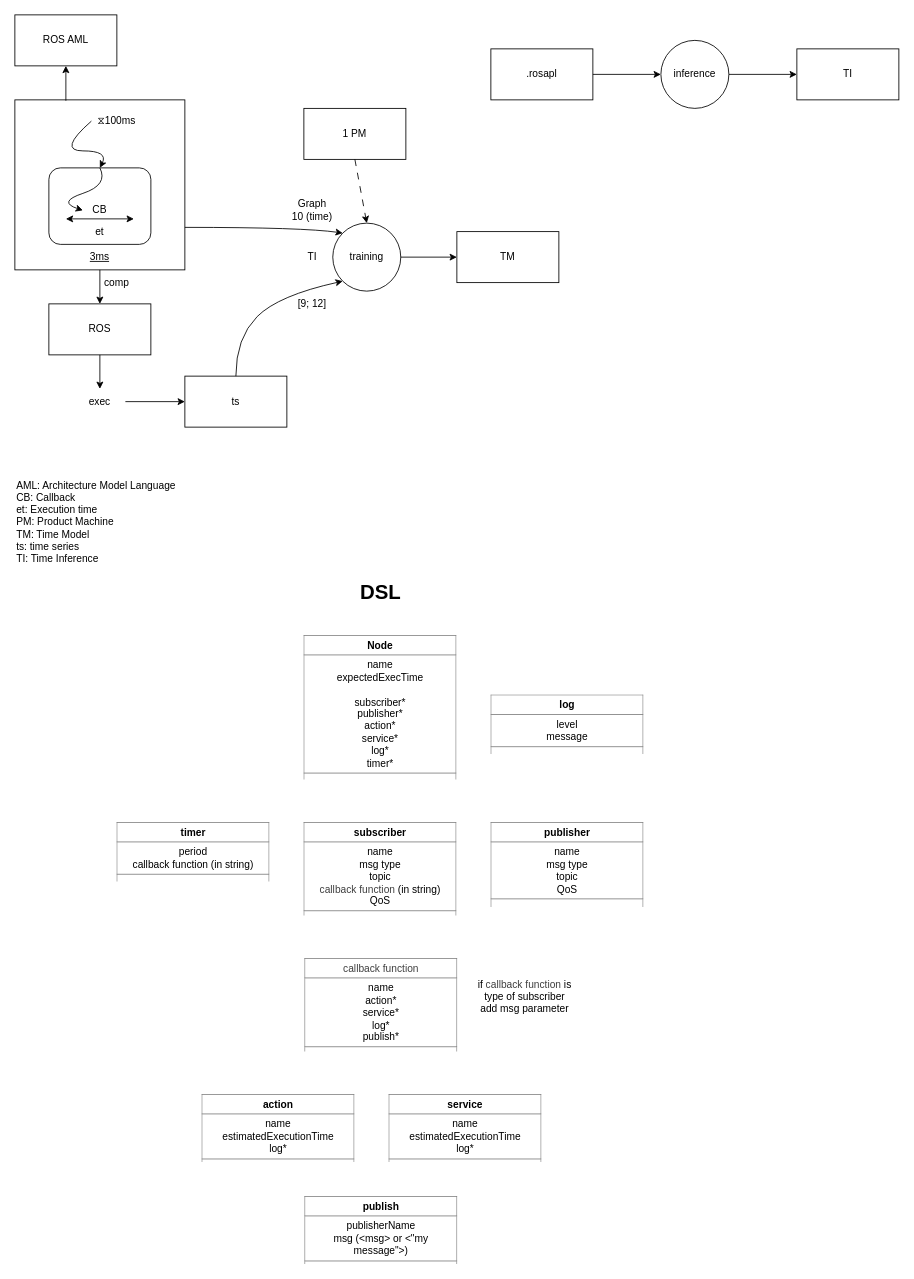
Before: docs/temporal_model_hybridization.drawio in Colin-de-Seroux/temporal-model-hybridization, a draw.io diagram. Source tidied: cells renumbered, new cells numbered last; positions are measured from the earlier drawing's top-left corner, leaving out a move shared by most shapes. Both pictures are drawn from the tidied source at 85%, with x=0, y=0 at pixel (14, 14).
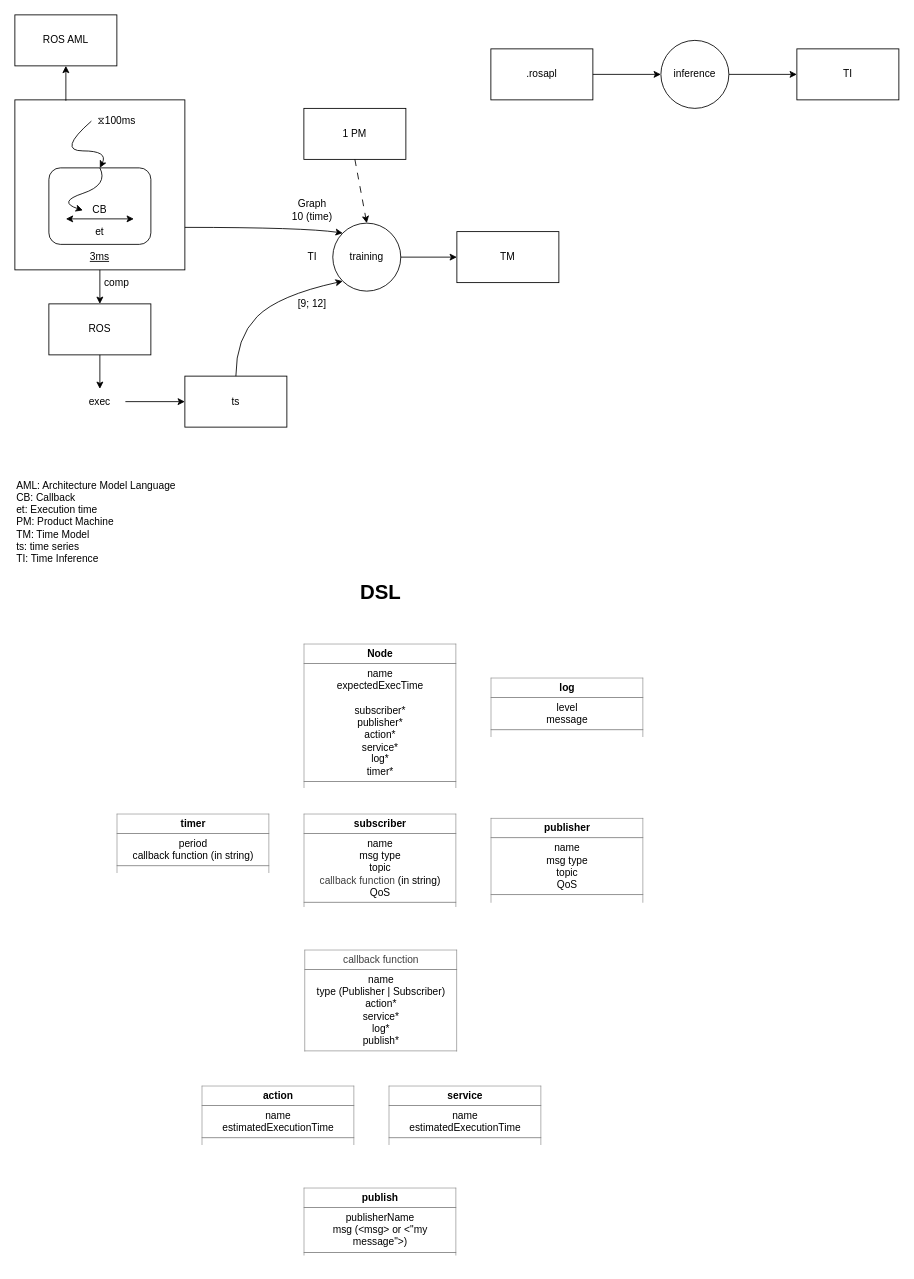
The same page after the edit.

Commit message (it also covers changes not shown here):
:white_check_mark: Test2 with pseudo service / action

Change to the diagram source:
```diff
@@
     <mxCell id="37" value="&lt;table border=&quot;1&quot; width=&quot;100%&quot; height=&quot;100%&quot; cellpadding=&quot;4&quot; style=&quot;width:100%;height:100%;border-collapse:collapse;&quot;&gt;&lt;tbody&gt;&lt;tr&gt;&lt;th align=&quot;center&quot;&gt;&lt;b&gt;Node&lt;/b&gt;&lt;/th&gt;&lt;/tr&gt;&lt;tr&gt;&lt;td align=&quot;center&quot;&gt;name&lt;br&gt;expectedExecTime&lt;br&gt;&lt;br&gt;subscriber*&lt;br&gt;publisher*&lt;br&gt;action*&lt;br&gt;service*&lt;br&gt;log*&lt;br&gt;timer*&lt;/td&gt;&lt;/tr&gt;&lt;tr&gt;&lt;td align=&quot;center&quot;&gt;&lt;br&gt;&lt;br&gt;&lt;/td&gt;&lt;/tr&gt;&lt;/tbody&gt;&lt;/table&gt;" style="text;html=1;whiteSpace=wrap;strokeColor=none;fillColor=none;overflow=fill;" parent="1" vertex="1">
-      <mxGeometry x="340" y="730" width="180" height="170" as="geometry" />
+      <mxGeometry x="340" y="740" width="180" height="170" as="geometry" />
     </mxCell>
     <mxCell id="38" value="&lt;table border=&quot;1&quot; width=&quot;100%&quot; height=&quot;100%&quot; cellpadding=&quot;4&quot; style=&quot;width:100%;height:100%;border-collapse:collapse;&quot;&gt;&lt;tbody&gt;&lt;tr&gt;&lt;th align=&quot;center&quot;&gt;&lt;b&gt;log&lt;/b&gt;&lt;/th&gt;&lt;/tr&gt;&lt;tr&gt;&lt;td align=&quot;center&quot;&gt;level&lt;br&gt;message&lt;/td&gt;&lt;/tr&gt;&lt;tr&gt;&lt;td align=&quot;center&quot;&gt;&lt;br&gt;&lt;br&gt;&lt;/td&gt;&lt;/tr&gt;&lt;/tbody&gt;&lt;/table&gt;" style="text;html=1;whiteSpace=wrap;strokeColor=none;fillColor=none;overflow=fill;verticalAlign=top;" parent="1" vertex="1">
-      <mxGeometry x="560" y="800" width="180" height="70" as="geometry" />
+      <mxGeometry x="560" y="780" width="180" height="70" as="geometry" />
     </mxCell>
     <mxCell id="39" value="&lt;table border=&quot;1&quot; width=&quot;100%&quot; height=&quot;100%&quot; cellpadding=&quot;4&quot; style=&quot;width:100%;height:100%;border-collapse:collapse;&quot;&gt;&lt;tbody&gt;&lt;tr&gt;&lt;th align=&quot;center&quot;&gt;subscriber&lt;/th&gt;&lt;/tr&gt;&lt;tr&gt;&lt;td align=&quot;center&quot;&gt;name&lt;br&gt;msg type&lt;br&gt;topic&lt;br&gt;&lt;span style=&quot;color: rgb(63, 63, 63);&quot;&gt;callback function&lt;/span&gt;&amp;nbsp;(in string)&lt;br&gt;QoS&lt;/td&gt;&lt;/tr&gt;&lt;tr&gt;&lt;td align=&quot;center&quot;&gt;&lt;br&gt;&lt;br&gt;&lt;/td&gt;&lt;/tr&gt;&lt;/tbody&gt;&lt;/table&gt;" style="text;html=1;whiteSpace=wrap;strokeColor=none;fillColor=none;overflow=fill;verticalAlign=top;" parent="1" vertex="1">
-      <mxGeometry x="340" y="950" width="180" height="110" as="geometry" />
+      <mxGeometry x="340" y="940" width="180" height="110" as="geometry" />
     </mxCell>
     <mxCell id="40" value="&lt;table border=&quot;1&quot; width=&quot;100%&quot; height=&quot;100%&quot; cellpadding=&quot;4&quot; style=&quot;width:100%;height:100%;border-collapse:collapse;&quot;&gt;&lt;tbody&gt;&lt;tr&gt;&lt;th align=&quot;center&quot;&gt;publisher&lt;/th&gt;&lt;/tr&gt;&lt;tr&gt;&lt;td align=&quot;center&quot;&gt;name&lt;br&gt;msg type&lt;br&gt;topic&lt;br&gt;QoS&lt;/td&gt;&lt;/tr&gt;&lt;tr&gt;&lt;td align=&quot;center&quot;&gt;&lt;br&gt;&lt;br&gt;&lt;/td&gt;&lt;/tr&gt;&lt;/tbody&gt;&lt;/table&gt;" style="text;html=1;whiteSpace=wrap;strokeColor=none;fillColor=none;overflow=fill;verticalAlign=top;" parent="1" vertex="1">
-      <mxGeometry x="560" y="950" width="180" height="100" as="geometry" />
+      <mxGeometry x="560" y="945" width="180" height="100" as="geometry" />
     </mxCell>
-    <mxCell id="41" value="&lt;table border=&quot;1&quot; width=&quot;100%&quot; height=&quot;100%&quot; cellpadding=&quot;4&quot; style=&quot;width:100%;height:100%;border-collapse:collapse;&quot;&gt;&lt;tbody&gt;&lt;tr&gt;&lt;th align=&quot;center&quot;&gt;&lt;span style=&quot;color: rgb(63, 63, 63); font-weight: 400;&quot;&gt;callback function&lt;/span&gt;&lt;/th&gt;&lt;/tr&gt;&lt;tr&gt;&lt;td align=&quot;center&quot;&gt;name&lt;br&gt;action*&lt;br&gt;service*&lt;br&gt;log*&lt;br&gt;publish*&lt;/td&gt;&lt;/tr&gt;&lt;tr&gt;&lt;td align=&quot;center&quot;&gt;&lt;br&gt;&lt;br&gt;&lt;/td&gt;&lt;/tr&gt;&lt;/tbody&gt;&lt;/table&gt;" style="text;html=1;whiteSpace=wrap;strokeColor=none;fillColor=none;overflow=fill;verticalAlign=top;" parent="1" vertex="1">
-      <mxGeometry x="341" y="1110" width="180" height="109.5" as="geometry" />
+    <mxCell id="41" value="&lt;table border=&quot;1&quot; width=&quot;100%&quot; height=&quot;100%&quot; cellpadding=&quot;4&quot; style=&quot;width:100%;height:100%;border-collapse:collapse;&quot;&gt;&lt;tbody&gt;&lt;tr&gt;&lt;th align=&quot;center&quot;&gt;&lt;span style=&quot;color: rgb(63, 63, 63); font-weight: 400;&quot;&gt;callback function&lt;/span&gt;&lt;/th&gt;&lt;/tr&gt;&lt;tr&gt;&lt;td align=&quot;center&quot;&gt;name&lt;br&gt;type (Publisher | Subscriber)&lt;br&gt;action*&lt;br&gt;service*&lt;br&gt;log*&lt;br&gt;publish*&lt;/td&gt;&lt;/tr&gt;&lt;tr&gt;&lt;td align=&quot;center&quot;&gt;&lt;br&gt;&lt;br&gt;&lt;/td&gt;&lt;/tr&gt;&lt;/tbody&gt;&lt;/table&gt;" style="text;html=1;whiteSpace=wrap;strokeColor=none;fillColor=none;overflow=fill;verticalAlign=top;" parent="1" vertex="1">
+      <mxGeometry x="341" y="1100" width="180" height="120" as="geometry" />
     </mxCell>
     <mxCell id="42" value="&lt;table border=&quot;1&quot; width=&quot;100%&quot; height=&quot;100%&quot; cellpadding=&quot;4&quot; style=&quot;width:100%;height:100%;border-collapse:collapse;&quot;&gt;&lt;tbody&gt;&lt;tr&gt;&lt;th align=&quot;center&quot;&gt;publish&lt;/th&gt;&lt;/tr&gt;&lt;tr&gt;&lt;td align=&quot;center&quot;&gt;publisherName&lt;br&gt;msg (&amp;lt;msg&amp;gt; or &amp;lt;&quot;my message&quot;&amp;gt;)&lt;/td&gt;&lt;/tr&gt;&lt;tr&gt;&lt;td align=&quot;center&quot;&gt;&lt;br&gt;&lt;br&gt;&lt;/td&gt;&lt;/tr&gt;&lt;/tbody&gt;&lt;/table&gt;" style="text;html=1;whiteSpace=wrap;strokeColor=none;fillColor=none;overflow=fill;verticalAlign=top;" parent="1" vertex="1">
-      <mxGeometry x="341" y="1390" width="180" height="80" as="geometry" />
+      <mxGeometry x="340" y="1380" width="180" height="80" as="geometry" />
     </mxCell>
-    <mxCell id="43" value="&lt;table border=&quot;1&quot; width=&quot;100%&quot; height=&quot;100%&quot; cellpadding=&quot;4&quot; style=&quot;width:100%;height:100%;border-collapse:collapse;&quot;&gt;&lt;tbody&gt;&lt;tr&gt;&lt;th align=&quot;center&quot;&gt;action&lt;/th&gt;&lt;/tr&gt;&lt;tr&gt;&lt;td align=&quot;center&quot;&gt;name&lt;br&gt;estimatedExecutionTime&lt;br&gt;log*&lt;/td&gt;&lt;/tr&gt;&lt;tr&gt;&lt;td align=&quot;center&quot;&gt;&lt;br&gt;&lt;br&gt;&lt;/td&gt;&lt;/tr&gt;&lt;/tbody&gt;&lt;/table&gt;" style="text;html=1;whiteSpace=wrap;strokeColor=none;fillColor=none;overflow=fill;verticalAlign=top;" parent="1" vertex="1">
-      <mxGeometry x="220" y="1270" width="180" height="80" as="geometry" />
+    <mxCell id="43" value="&lt;table border=&quot;1&quot; width=&quot;100%&quot; height=&quot;100%&quot; cellpadding=&quot;4&quot; style=&quot;width:100%;height:100%;border-collapse:collapse;&quot;&gt;&lt;tbody&gt;&lt;tr&gt;&lt;th align=&quot;center&quot;&gt;action&lt;/th&gt;&lt;/tr&gt;&lt;tr&gt;&lt;td align=&quot;center&quot;&gt;name&lt;br&gt;estimatedExecutionTime&lt;/td&gt;&lt;/tr&gt;&lt;tr&gt;&lt;td align=&quot;center&quot;&gt;&lt;br&gt;&lt;br&gt;&lt;/td&gt;&lt;/tr&gt;&lt;/tbody&gt;&lt;/table&gt;" style="text;html=1;whiteSpace=wrap;strokeColor=none;fillColor=none;overflow=fill;verticalAlign=top;" parent="1" vertex="1">
+      <mxGeometry x="220" y="1260" width="180" height="70" as="geometry" />
     </mxCell>
-    <mxCell id="44" value="&lt;table border=&quot;1&quot; width=&quot;100%&quot; height=&quot;100%&quot; cellpadding=&quot;4&quot; style=&quot;width:100%;height:100%;border-collapse:collapse;&quot;&gt;&lt;tbody&gt;&lt;tr&gt;&lt;th align=&quot;center&quot;&gt;service&lt;/th&gt;&lt;/tr&gt;&lt;tr&gt;&lt;td align=&quot;center&quot;&gt;name&lt;br&gt;estimatedExecutionTime&lt;br&gt;log*&lt;/td&gt;&lt;/tr&gt;&lt;tr&gt;&lt;td align=&quot;center&quot;&gt;&lt;br&gt;&lt;br&gt;&lt;/td&gt;&lt;/tr&gt;&lt;/tbody&gt;&lt;/table&gt;" style="text;html=1;whiteSpace=wrap;strokeColor=none;fillColor=none;overflow=fill;verticalAlign=top;" parent="1" vertex="1">
-      <mxGeometry x="440" y="1270" width="180" height="80" as="geometry" />
+    <mxCell id="44" value="&lt;table border=&quot;1&quot; width=&quot;100%&quot; height=&quot;100%&quot; cellpadding=&quot;4&quot; style=&quot;width:100%;height:100%;border-collapse:collapse;&quot;&gt;&lt;tbody&gt;&lt;tr&gt;&lt;th align=&quot;center&quot;&gt;service&lt;/th&gt;&lt;/tr&gt;&lt;tr&gt;&lt;td align=&quot;center&quot;&gt;name&lt;br&gt;estimatedExecutionTime&lt;/td&gt;&lt;/tr&gt;&lt;tr&gt;&lt;td align=&quot;center&quot;&gt;&lt;br&gt;&lt;br&gt;&lt;/td&gt;&lt;/tr&gt;&lt;/tbody&gt;&lt;/table&gt;" style="text;html=1;whiteSpace=wrap;strokeColor=none;fillColor=none;overflow=fill;verticalAlign=top;" parent="1" vertex="1">
+      <mxGeometry x="440" y="1260" width="180" height="70" as="geometry" />
     </mxCell>
     <mxCell id="45" value="&lt;table border=&quot;1&quot; width=&quot;100%&quot; height=&quot;100%&quot; cellpadding=&quot;4&quot; style=&quot;width:100%;height:100%;border-collapse:collapse;&quot;&gt;&lt;tbody&gt;&lt;tr&gt;&lt;th align=&quot;center&quot;&gt;timer&lt;/th&gt;&lt;/tr&gt;&lt;tr&gt;&lt;td align=&quot;center&quot;&gt;period&lt;br&gt;callback function (in string)&lt;/td&gt;&lt;/tr&gt;&lt;tr&gt;&lt;td align=&quot;center&quot;&gt;&lt;br&gt;&lt;br&gt;&lt;/td&gt;&lt;/tr&gt;&lt;/tbody&gt;&lt;/table&gt;" style="text;html=1;whiteSpace=wrap;strokeColor=none;fillColor=none;overflow=fill;verticalAlign=top;" parent="1" vertex="1">
-      <mxGeometry x="120" y="950" width="180" height="70" as="geometry" />
+      <mxGeometry x="120" y="940" width="180" height="70" as="geometry" />
     </mxCell>
@@
-    <mxCell id="47" value="if&amp;nbsp;&lt;span style=&quot;color: rgb(63, 63, 63);&quot;&gt;callback function&lt;/span&gt;&amp;nbsp;is type of subscriber add msg parameter" style="text;html=1;align=center;verticalAlign=middle;whiteSpace=wrap;rounded=0;" parent="1" vertex="1">
-      <mxGeometry x="540" y="1140" width="120" height="30" as="geometry" />
-    </mxCell>
```
